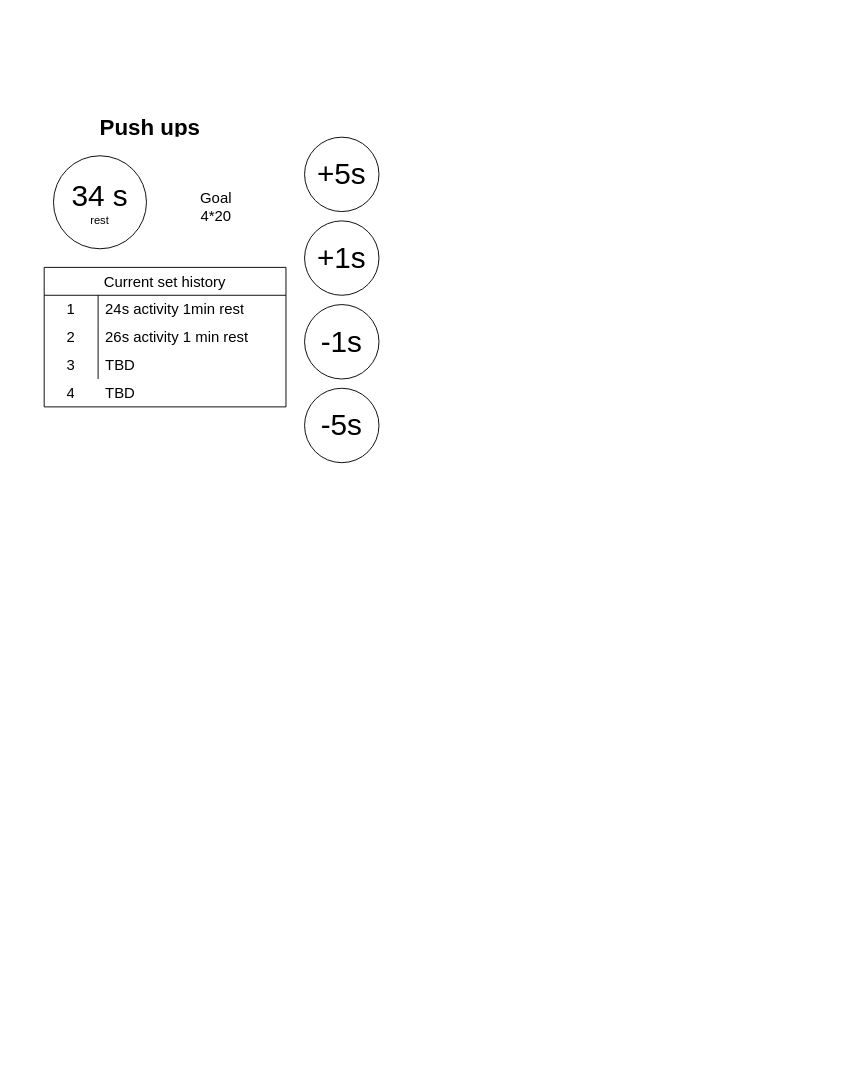
geosdevs/chronomuscu-sketches keeps this draw.io diagram as ui-main.drawio. Above is the earlier version. Source tidied: cells renumbered, new cells numbered last; positions are measured from the earlier drawing's top-left corner, leaving out a move shared by most shapes. Both pictures are drawn from the tidied source at 93%, with x=0, y=0 at pixel (44, 109).
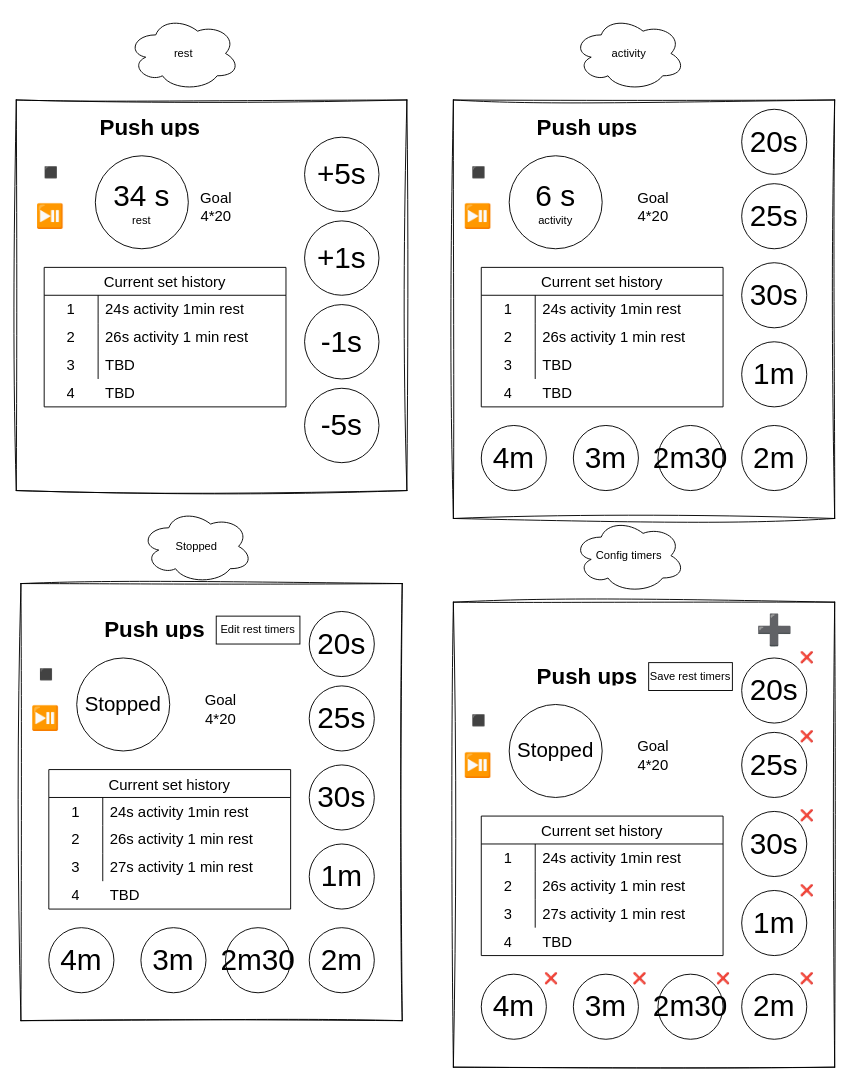
Above is the later version.

The edit, as a diff of the source:
```diff
@@
+    <mxCell id="21" style="rounded=0;whiteSpace=wrap;html=1;glass=0;shadow=0;sketch=1;curveFitting=1;jiggle=2;" parent="1" vertex="1">
+      <mxGeometry x="-30" y="-10" width="420" height="420" as="geometry" />
+    </mxCell>
     <mxCell id="2" value="&lt;font&gt;&lt;font size=&quot;6&quot;&gt;34 s&lt;/font&gt;&lt;br&gt;&lt;font style=&quot;font-size: 12px;&quot;&gt;rest&lt;/font&gt;&lt;br&gt;&lt;/font&gt;" style="ellipse;whiteSpace=wrap;html=1;" parent="1" vertex="1">
-      <mxGeometry x="10" y="50" width="100" height="100" as="geometry" />
+      <mxGeometry x="55" y="50" width="100" height="100" as="geometry" />
     </mxCell>
@@
+    <mxCell id="22" style="rounded=0;whiteSpace=wrap;html=1;glass=0;shadow=0;sketch=1;curveFitting=1;jiggle=2;" parent="1" vertex="1">
+      <mxGeometry x="440" y="-10" width="410" height="450" as="geometry" />
+    </mxCell>
+    <mxCell id="23" value="&lt;font&gt;&lt;font size=&quot;6&quot;&gt;6 s&lt;/font&gt;&lt;br&gt;&lt;font style=&quot;font-size: 12px;&quot;&gt;activity&lt;/font&gt;&lt;br&gt;&lt;/font&gt;" style="ellipse;whiteSpace=wrap;html=1;" parent="1" vertex="1">
+      <mxGeometry x="500" y="50" width="100" height="100" as="geometry" />
+    </mxCell>
+    <mxCell id="24" value="Current set history" style="shape=table;startSize=30;childLayout=tableLayout;rowLines=0;fontStyle=0;strokeColor=default;fontSize=16;" parent="1" vertex="1">
+      <mxGeometry x="470" y="170" width="260" height="150" as="geometry" />
+    </mxCell>
+    <mxCell id="25" style="shape=tableRow;horizontal=0;startSize=0;swimlaneHead=0;swimlaneBody=0;top=0;left=0;bottom=0;right=0;fillColor=none;strokeColor=inherit;fontSize=16;" parent="24" vertex="1">
+      <mxGeometry y="30" width="260" height="30" as="geometry" />
+    </mxCell>
+    <mxCell id="26" value="1" style="shape=partialRectangle;html=1;whiteSpace=wrap;fillColor=none;top=0;left=0;bottom=0;right=0;overflow=hidden;strokeColor=inherit;fontSize=16;" parent="25" vertex="1">
+      <mxGeometry width="58" height="30" as="geometry" />
+    </mxCell>
+    <mxCell id="27" value="24s activity 1min rest" style="shape=partialRectangle;html=1;whiteSpace=wrap;fillColor=none;top=0;left=0;bottom=0;right=0;align=left;spacingLeft=6;overflow=hidden;strokeColor=inherit;fontSize=16;" parent="25" vertex="1">
+      <mxGeometry x="58" width="202" height="30" as="geometry" />
+    </mxCell>
+    <mxCell id="28" style="shape=tableRow;horizontal=0;startSize=0;swimlaneHead=0;swimlaneBody=0;top=0;left=0;bottom=0;right=0;fillColor=none;strokeColor=inherit;fontSize=16;" parent="24" vertex="1">
+      <mxGeometry y="60" width="260" height="30" as="geometry" />
+    </mxCell>
+    <mxCell id="29" value="2" style="shape=partialRectangle;html=1;whiteSpace=wrap;fillColor=none;top=0;left=0;bottom=0;right=0;overflow=hidden;strokeColor=inherit;fontSize=16;" parent="28" vertex="1">
+      <mxGeometry width="58" height="30" as="geometry" />
+    </mxCell>
+    <mxCell id="30" value="26s activity 1 min rest" style="shape=partialRectangle;html=1;whiteSpace=wrap;fillColor=none;top=0;left=0;bottom=0;right=0;align=left;spacingLeft=6;overflow=hidden;strokeColor=inherit;fontSize=16;" parent="28" vertex="1">
+      <mxGeometry x="58" width="202" height="30" as="geometry" />
+    </mxCell>
+    <mxCell id="31" style="shape=tableRow;horizontal=0;startSize=0;swimlaneHead=0;swimlaneBody=0;top=0;left=0;bottom=0;right=0;fillColor=none;strokeColor=inherit;fontSize=16;" parent="24" vertex="1">
+      <mxGeometry y="90" width="260" height="30" as="geometry" />
+    </mxCell>
+    <mxCell id="32" value="3" style="shape=partialRectangle;html=1;whiteSpace=wrap;fillColor=none;top=0;left=0;bottom=0;right=0;overflow=hidden;strokeColor=inherit;fontSize=16;" parent="31" vertex="1">
+      <mxGeometry width="58" height="30" as="geometry" />
+    </mxCell>
+    <mxCell id="33" value="TBD" style="shape=partialRectangle;html=1;whiteSpace=wrap;fillColor=none;top=0;left=0;bottom=0;right=0;align=left;spacingLeft=6;overflow=hidden;strokeColor=inherit;fontSize=16;" parent="31" vertex="1">
+      <mxGeometry x="58" width="202" height="30" as="geometry" />
+    </mxCell>
+    <mxCell id="34" value="&lt;h1&gt;Push ups&lt;/h1&gt;" style="text;html=1;strokeColor=none;fillColor=none;spacing=5;spacingTop=-20;whiteSpace=wrap;overflow=hidden;rounded=0;" parent="1" vertex="1">
+      <mxGeometry x="525" width="130" height="30" as="geometry" />
+    </mxCell>
+    <mxCell id="35" value="Goal&lt;br style=&quot;font-size: 16px;&quot;&gt;4*20" style="text;html=1;strokeColor=none;fillColor=none;align=center;verticalAlign=middle;whiteSpace=wrap;rounded=0;fontSize=16;" parent="1" vertex="1">
+      <mxGeometry x="610" y="80" width="90" height="50" as="geometry" />
+    </mxCell>
+    <mxCell id="36" value="4" style="shape=partialRectangle;html=1;whiteSpace=wrap;fillColor=none;top=0;left=0;bottom=0;right=0;overflow=hidden;strokeColor=inherit;fontSize=16;" parent="1" vertex="1">
+      <mxGeometry x="470" y="290" width="58" height="30" as="geometry" />
+    </mxCell>
+    <mxCell id="37" value="TBD" style="shape=partialRectangle;html=1;whiteSpace=wrap;fillColor=none;top=0;left=0;bottom=0;right=0;align=left;spacingLeft=6;overflow=hidden;strokeColor=inherit;fontSize=16;" parent="1" vertex="1">
+      <mxGeometry x="528" y="290" width="202" height="30" as="geometry" />
+    </mxCell>
+    <mxCell id="38" value="20s" style="ellipse;whiteSpace=wrap;html=1;fontSize=32;" parent="1" vertex="1">
+      <mxGeometry x="750" width="70" height="70" as="geometry" />
+    </mxCell>
+    <mxCell id="39" value="25s" style="ellipse;whiteSpace=wrap;html=1;fontSize=32;" parent="1" vertex="1">
+      <mxGeometry x="750" y="80" width="70" height="70" as="geometry" />
+    </mxCell>
+    <mxCell id="40" value="1m" style="ellipse;whiteSpace=wrap;html=1;fontSize=32;" parent="1" vertex="1">
+      <mxGeometry x="750" y="250" width="70" height="70" as="geometry" />
+    </mxCell>
+    <mxCell id="41" value="2m30" style="ellipse;whiteSpace=wrap;html=1;fontSize=32;" parent="1" vertex="1">
+      <mxGeometry x="660" y="340" width="70" height="70" as="geometry" />
+    </mxCell>
+    <mxCell id="42" value="rest" style="ellipse;shape=cloud;whiteSpace=wrap;html=1;" parent="1" vertex="1">
+      <mxGeometry x="90" y="-100" width="120" height="80" as="geometry" />
+    </mxCell>
+    <mxCell id="43" value="activity" style="ellipse;shape=cloud;whiteSpace=wrap;html=1;" parent="1" vertex="1">
+      <mxGeometry x="569" y="-100" width="120" height="80" as="geometry" />
+    </mxCell>
+    <mxCell id="44" value="2m" style="ellipse;whiteSpace=wrap;html=1;fontSize=32;" parent="1" vertex="1">
+      <mxGeometry x="750" y="340" width="70" height="70" as="geometry" />
+    </mxCell>
+    <mxCell id="45" value="3m" style="ellipse;whiteSpace=wrap;html=1;fontSize=32;" parent="1" vertex="1">
+      <mxGeometry x="569" y="340" width="70" height="70" as="geometry" />
+    </mxCell>
+    <mxCell id="46" value="30s" style="ellipse;whiteSpace=wrap;html=1;fontSize=32;" parent="1" vertex="1">
+      <mxGeometry x="750" y="165" width="70" height="70" as="geometry" />
+    </mxCell>
+    <mxCell id="47" value="4m" style="ellipse;whiteSpace=wrap;html=1;fontSize=32;" parent="1" vertex="1">
+      <mxGeometry x="470" y="340" width="70" height="70" as="geometry" />
+    </mxCell>
+    <mxCell id="48" value="⬛️" style="whiteSpace=wrap;html=1;strokeColor=none;" parent="1" vertex="1">
+      <mxGeometry x="-10" y="50" width="35" height="35" as="geometry" />
+    </mxCell>
+    <mxCell id="49" value="⏯️" style="whiteSpace=wrap;html=1;fontSize=25;strokeColor=none;" parent="1" vertex="1">
+      <mxGeometry x="-10" y="97.5" width="32.5" height="32.5" as="geometry" />
+    </mxCell>
+    <mxCell id="50" value="⬛️" style="whiteSpace=wrap;html=1;strokeColor=none;" parent="1" vertex="1">
+      <mxGeometry x="450" y="50" width="35" height="35" as="geometry" />
+    </mxCell>
+    <mxCell id="51" value="⏯️" style="whiteSpace=wrap;html=1;fontSize=25;strokeColor=none;" parent="1" vertex="1">
+      <mxGeometry x="450" y="97.5" width="32.5" height="32.5" as="geometry" />
+    </mxCell>
+    <mxCell id="52" style="rounded=0;whiteSpace=wrap;html=1;glass=0;shadow=0;sketch=1;curveFitting=1;jiggle=2;" parent="1" vertex="1">
+      <mxGeometry x="-25" y="510" width="410" height="470" as="geometry" />
+    </mxCell>
+    <mxCell id="53" value="&lt;font&gt;&lt;font style=&quot;font-size: 22px;&quot;&gt;Stopped&lt;/font&gt;&lt;br&gt;&lt;/font&gt;" style="ellipse;whiteSpace=wrap;html=1;" parent="1" vertex="1">
+      <mxGeometry x="35" y="590" width="100" height="100" as="geometry" />
+    </mxCell>
+    <mxCell id="54" value="Current set history" style="shape=table;startSize=30;childLayout=tableLayout;rowLines=0;fontStyle=0;strokeColor=default;fontSize=16;" parent="1" vertex="1">
+      <mxGeometry x="5" y="710" width="260" height="150" as="geometry" />
+    </mxCell>
+    <mxCell id="55" style="shape=tableRow;horizontal=0;startSize=0;swimlaneHead=0;swimlaneBody=0;top=0;left=0;bottom=0;right=0;fillColor=none;strokeColor=inherit;fontSize=16;" parent="54" vertex="1">
+      <mxGeometry y="30" width="260" height="30" as="geometry" />
+    </mxCell>
+    <mxCell id="56" value="1" style="shape=partialRectangle;html=1;whiteSpace=wrap;fillColor=none;top=0;left=0;bottom=0;right=0;overflow=hidden;strokeColor=inherit;fontSize=16;" parent="55" vertex="1">
+      <mxGeometry width="58" height="30" as="geometry" />
+    </mxCell>
+    <mxCell id="57" value="24s activity 1min rest" style="shape=partialRectangle;html=1;whiteSpace=wrap;fillColor=none;top=0;left=0;bottom=0;right=0;align=left;spacingLeft=6;overflow=hidden;strokeColor=inherit;fontSize=16;" parent="55" vertex="1">
+      <mxGeometry x="58" width="202" height="30" as="geometry" />
+    </mxCell>
+    <mxCell id="58" style="shape=tableRow;horizontal=0;startSize=0;swimlaneHead=0;swimlaneBody=0;top=0;left=0;bottom=0;right=0;fillColor=none;strokeColor=inherit;fontSize=16;" parent="54" vertex="1">
+      <mxGeometry y="60" width="260" height="30" as="geometry" />
+    </mxCell>
+    <mxCell id="59" value="2" style="shape=partialRectangle;html=1;whiteSpace=wrap;fillColor=none;top=0;left=0;bottom=0;right=0;overflow=hidden;strokeColor=inherit;fontSize=16;" parent="58" vertex="1">
+      <mxGeometry width="58" height="30" as="geometry" />
+    </mxCell>
+    <mxCell id="60" value="26s activity 1 min rest" style="shape=partialRectangle;html=1;whiteSpace=wrap;fillColor=none;top=0;left=0;bottom=0;right=0;align=left;spacingLeft=6;overflow=hidden;strokeColor=inherit;fontSize=16;" parent="58" vertex="1">
+      <mxGeometry x="58" width="202" height="30" as="geometry" />
+    </mxCell>
+    <mxCell id="61" style="shape=tableRow;horizontal=0;startSize=0;swimlaneHead=0;swimlaneBody=0;top=0;left=0;bottom=0;right=0;fillColor=none;strokeColor=inherit;fontSize=16;" parent="54" vertex="1">
+      <mxGeometry y="90" width="260" height="30" as="geometry" />
+    </mxCell>
+    <mxCell id="62" value="3" style="shape=partialRectangle;html=1;whiteSpace=wrap;fillColor=none;top=0;left=0;bottom=0;right=0;overflow=hidden;strokeColor=inherit;fontSize=16;" parent="61" vertex="1">
+      <mxGeometry width="58" height="30" as="geometry" />
+    </mxCell>
+    <mxCell id="63" value="27s activity 1 min rest" style="shape=partialRectangle;html=1;whiteSpace=wrap;fillColor=none;top=0;left=0;bottom=0;right=0;align=left;spacingLeft=6;overflow=hidden;strokeColor=inherit;fontSize=16;" parent="61" vertex="1">
+      <mxGeometry x="58" width="202" height="30" as="geometry" />
+    </mxCell>
+    <mxCell id="64" value="&lt;h1&gt;Push ups&lt;/h1&gt;" style="text;html=1;strokeColor=none;fillColor=none;spacing=5;spacingTop=-20;whiteSpace=wrap;overflow=hidden;rounded=0;" parent="1" vertex="1">
+      <mxGeometry x="60" y="540" width="130" height="30" as="geometry" />
+    </mxCell>
+    <mxCell id="65" value="Goal&lt;br style=&quot;font-size: 16px;&quot;&gt;4*20" style="text;html=1;strokeColor=none;fillColor=none;align=center;verticalAlign=middle;whiteSpace=wrap;rounded=0;fontSize=16;" parent="1" vertex="1">
+      <mxGeometry x="145" y="620" width="90" height="50" as="geometry" />
+    </mxCell>
+    <mxCell id="66" value="4" style="shape=partialRectangle;html=1;whiteSpace=wrap;fillColor=none;top=0;left=0;bottom=0;right=0;overflow=hidden;strokeColor=inherit;fontSize=16;" parent="1" vertex="1">
+      <mxGeometry x="5" y="830" width="58" height="30" as="geometry" />
+    </mxCell>
+    <mxCell id="67" value="TBD" style="shape=partialRectangle;html=1;whiteSpace=wrap;fillColor=none;top=0;left=0;bottom=0;right=0;align=left;spacingLeft=6;overflow=hidden;strokeColor=inherit;fontSize=16;" parent="1" vertex="1">
+      <mxGeometry x="63" y="830" width="202" height="30" as="geometry" />
+    </mxCell>
+    <mxCell id="68" value="20s" style="ellipse;whiteSpace=wrap;html=1;fontSize=32;" parent="1" vertex="1">
+      <mxGeometry x="285" y="540" width="70" height="70" as="geometry" />
+    </mxCell>
+    <mxCell id="69" value="25s" style="ellipse;whiteSpace=wrap;html=1;fontSize=32;" parent="1" vertex="1">
+      <mxGeometry x="285" y="620" width="70" height="70" as="geometry" />
+    </mxCell>
+    <mxCell id="70" value="1m" style="ellipse;whiteSpace=wrap;html=1;fontSize=32;" parent="1" vertex="1">
+      <mxGeometry x="285" y="790" width="70" height="70" as="geometry" />
+    </mxCell>
+    <mxCell id="71" value="2m30" style="ellipse;whiteSpace=wrap;html=1;fontSize=32;" parent="1" vertex="1">
+      <mxGeometry x="195" y="880" width="70" height="70" as="geometry" />
+    </mxCell>
+    <mxCell id="72" value="Stopped" style="ellipse;shape=cloud;whiteSpace=wrap;html=1;" parent="1" vertex="1">
+      <mxGeometry x="104" y="430" width="120" height="80" as="geometry" />
+    </mxCell>
+    <mxCell id="73" value="2m" style="ellipse;whiteSpace=wrap;html=1;fontSize=32;" parent="1" vertex="1">
+      <mxGeometry x="285" y="880" width="70" height="70" as="geometry" />
+    </mxCell>
+    <mxCell id="74" value="3m" style="ellipse;whiteSpace=wrap;html=1;fontSize=32;" parent="1" vertex="1">
+      <mxGeometry x="104" y="880" width="70" height="70" as="geometry" />
+    </mxCell>
+    <mxCell id="75" value="30s" style="ellipse;whiteSpace=wrap;html=1;fontSize=32;" parent="1" vertex="1">
+      <mxGeometry x="285" y="705" width="70" height="70" as="geometry" />
+    </mxCell>
+    <mxCell id="76" value="4m" style="ellipse;whiteSpace=wrap;html=1;fontSize=32;" parent="1" vertex="1">
+      <mxGeometry x="5" y="880" width="70" height="70" as="geometry" />
+    </mxCell>
+    <mxCell id="77" value="⬛️" style="whiteSpace=wrap;html=1;strokeColor=none;" parent="1" vertex="1">
+      <mxGeometry x="-15" y="590" width="35" height="35" as="geometry" />
+    </mxCell>
+    <mxCell id="78" value="⏯️" style="whiteSpace=wrap;html=1;fontSize=25;strokeColor=none;" parent="1" vertex="1">
+      <mxGeometry x="-15" y="637.5" width="32.5" height="32.5" as="geometry" />
+    </mxCell>
+    <mxCell id="79" value="Edit rest timers" style="rounded=0;whiteSpace=wrap;html=1;" parent="1" vertex="1">
+      <mxGeometry x="185" y="545" width="90" height="30" as="geometry" />
+    </mxCell>
+    <mxCell id="80" style="rounded=0;whiteSpace=wrap;html=1;glass=0;shadow=0;sketch=1;curveFitting=1;jiggle=2;" parent="1" vertex="1">
+      <mxGeometry x="440" y="530" width="410" height="500" as="geometry" />
+    </mxCell>
+    <mxCell id="81" value="&lt;font&gt;&lt;font style=&quot;font-size: 22px;&quot;&gt;Stopped&lt;/font&gt;&lt;br&gt;&lt;/font&gt;" style="ellipse;whiteSpace=wrap;html=1;" parent="1" vertex="1">
+      <mxGeometry x="500" y="640" width="100" height="100" as="geometry" />
+    </mxCell>
+    <mxCell id="82" value="Current set history" style="shape=table;startSize=30;childLayout=tableLayout;rowLines=0;fontStyle=0;strokeColor=default;fontSize=16;" parent="1" vertex="1">
+      <mxGeometry x="470" y="760" width="260" height="150" as="geometry" />
+    </mxCell>
+    <mxCell id="83" style="shape=tableRow;horizontal=0;startSize=0;swimlaneHead=0;swimlaneBody=0;top=0;left=0;bottom=0;right=0;fillColor=none;strokeColor=inherit;fontSize=16;" parent="82" vertex="1">
+      <mxGeometry y="30" width="260" height="30" as="geometry" />
+    </mxCell>
+    <mxCell id="84" value="1" style="shape=partialRectangle;html=1;whiteSpace=wrap;fillColor=none;top=0;left=0;bottom=0;right=0;overflow=hidden;strokeColor=inherit;fontSize=16;" parent="83" vertex="1">
+      <mxGeometry width="58" height="30" as="geometry" />
+    </mxCell>
+    <mxCell id="85" value="24s activity 1min rest" style="shape=partialRectangle;html=1;whiteSpace=wrap;fillColor=none;top=0;left=0;bottom=0;right=0;align=left;spacingLeft=6;overflow=hidden;strokeColor=inherit;fontSize=16;" parent="83" vertex="1">
+      <mxGeometry x="58" width="202" height="30" as="geometry" />
+    </mxCell>
+    <mxCell id="86" style="shape=tableRow;horizontal=0;startSize=0;swimlaneHead=0;swimlaneBody=0;top=0;left=0;bottom=0;right=0;fillColor=none;strokeColor=inherit;fontSize=16;" parent="82" vertex="1">
+      <mxGeometry y="60" width="260" height="30" as="geometry" />
+    </mxCell>
+    <mxCell id="87" value="2" style="shape=partialRectangle;html=1;whiteSpace=wrap;fillColor=none;top=0;left=0;bottom=0;right=0;overflow=hidden;strokeColor=inherit;fontSize=16;" parent="86" vertex="1">
+      <mxGeometry width="58" height="30" as="geometry" />
+    </mxCell>
+    <mxCell id="88" value="26s activity 1 min rest" style="shape=partialRectangle;html=1;whiteSpace=wrap;fillColor=none;top=0;left=0;bottom=0;right=0;align=left;spacingLeft=6;overflow=hidden;strokeColor=inherit;fontSize=16;" parent="86" vertex="1">
+      <mxGeometry x="58" width="202" height="30" as="geometry" />
+    </mxCell>
+    <mxCell id="89" style="shape=tableRow;horizontal=0;startSize=0;swimlaneHead=0;swimlaneBody=0;top=0;left=0;bottom=0;right=0;fillColor=none;strokeColor=inherit;fontSize=16;" parent="82" vertex="1">
+      <mxGeometry y="90" width="260" height="30" as="geometry" />
+    </mxCell>
+    <mxCell id="90" value="3" style="shape=partialRectangle;html=1;whiteSpace=wrap;fillColor=none;top=0;left=0;bottom=0;right=0;overflow=hidden;strokeColor=inherit;fontSize=16;" parent="89" vertex="1">
+      <mxGeometry width="58" height="30" as="geometry" />
+    </mxCell>
+    <mxCell id="91" value="27s activity 1 min rest" style="shape=partialRectangle;html=1;whiteSpace=wrap;fillColor=none;top=0;left=0;bottom=0;right=0;align=left;spacingLeft=6;overflow=hidden;strokeColor=inherit;fontSize=16;" parent="89" vertex="1">
+      <mxGeometry x="58" width="202" height="30" as="geometry" />
+    </mxCell>
+    <mxCell id="92" value="&lt;h1&gt;Push ups&lt;/h1&gt;" style="text;html=1;strokeColor=none;fillColor=none;spacing=5;spacingTop=-20;whiteSpace=wrap;overflow=hidden;rounded=0;" parent="1" vertex="1">
+      <mxGeometry x="525" y="590" width="130" height="30" as="geometry" />
+    </mxCell>
+    <mxCell id="93" value="Goal&lt;br style=&quot;font-size: 16px;&quot;&gt;4*20" style="text;html=1;strokeColor=none;fillColor=none;align=center;verticalAlign=middle;whiteSpace=wrap;rounded=0;fontSize=16;" parent="1" vertex="1">
+      <mxGeometry x="610" y="670" width="90" height="50" as="geometry" />
+    </mxCell>
+    <mxCell id="94" value="4" style="shape=partialRectangle;html=1;whiteSpace=wrap;fillColor=none;top=0;left=0;bottom=0;right=0;overflow=hidden;strokeColor=inherit;fontSize=16;" parent="1" vertex="1">
+      <mxGeometry x="470" y="880" width="58" height="30" as="geometry" />
+    </mxCell>
+    <mxCell id="95" value="TBD" style="shape=partialRectangle;html=1;whiteSpace=wrap;fillColor=none;top=0;left=0;bottom=0;right=0;align=left;spacingLeft=6;overflow=hidden;strokeColor=inherit;fontSize=16;" parent="1" vertex="1">
+      <mxGeometry x="528" y="880" width="202" height="30" as="geometry" />
+    </mxCell>
+    <mxCell id="96" value="20s" style="ellipse;whiteSpace=wrap;html=1;fontSize=32;" parent="1" vertex="1">
+      <mxGeometry x="750" y="590" width="70" height="70" as="geometry" />
+    </mxCell>
+    <mxCell id="97" value="25s" style="ellipse;whiteSpace=wrap;html=1;fontSize=32;" parent="1" vertex="1">
+      <mxGeometry x="750" y="670" width="70" height="70" as="geometry" />
+    </mxCell>
+    <mxCell id="98" value="1m" style="ellipse;whiteSpace=wrap;html=1;fontSize=32;" parent="1" vertex="1">
+      <mxGeometry x="750" y="840" width="70" height="70" as="geometry" />
+    </mxCell>
+    <mxCell id="99" value="2m30" style="ellipse;whiteSpace=wrap;html=1;fontSize=32;" parent="1" vertex="1">
+      <mxGeometry x="660" y="930" width="70" height="70" as="geometry" />
+    </mxCell>
+    <mxCell id="100" value="Config timers" style="ellipse;shape=cloud;whiteSpace=wrap;html=1;" parent="1" vertex="1">
+      <mxGeometry x="569" y="440" width="120" height="80" as="geometry" />
+    </mxCell>
+    <mxCell id="101" value="2m" style="ellipse;whiteSpace=wrap;html=1;fontSize=32;" parent="1" vertex="1">
+      <mxGeometry x="750" y="930" width="70" height="70" as="geometry" />
+    </mxCell>
+    <mxCell id="102" value="3m" style="ellipse;whiteSpace=wrap;html=1;fontSize=32;" parent="1" vertex="1">
+      <mxGeometry x="569" y="930" width="70" height="70" as="geometry" />
+    </mxCell>
+    <mxCell id="103" value="30s" style="ellipse;whiteSpace=wrap;html=1;fontSize=32;" parent="1" vertex="1">
+      <mxGeometry x="750" y="755" width="70" height="70" as="geometry" />
+    </mxCell>
+    <mxCell id="104" value="4m" style="ellipse;whiteSpace=wrap;html=1;fontSize=32;" parent="1" vertex="1">
+      <mxGeometry x="470" y="930" width="70" height="70" as="geometry" />
+    </mxCell>
+    <mxCell id="105" value="⬛️" style="whiteSpace=wrap;html=1;strokeColor=none;" parent="1" vertex="1">
+      <mxGeometry x="450" y="640" width="35" height="35" as="geometry" />
+    </mxCell>
+    <mxCell id="106" value="⏯️" style="whiteSpace=wrap;html=1;fontSize=25;strokeColor=none;" parent="1" vertex="1">
+      <mxGeometry x="450" y="687.5" width="32.5" height="32.5" as="geometry" />
+    </mxCell>
+    <mxCell id="107" value="Save rest timers" style="rounded=0;whiteSpace=wrap;html=1;" parent="1" vertex="1">
+      <mxGeometry x="650" y="595" width="90" height="30" as="geometry" />
+    </mxCell>
+    <mxCell id="108" value="❌" style="text;html=1;align=center;verticalAlign=middle;strokeColor=none;fillColor=none;" parent="1" vertex="1">
+      <mxGeometry x="800" y="575" width="40" height="30" as="geometry" />
+    </mxCell>
+    <mxCell id="109" value="❌" style="text;html=1;align=center;verticalAlign=middle;strokeColor=none;fillColor=none;" parent="1" vertex="1">
+      <mxGeometry x="800" y="660" width="40" height="30" as="geometry" />
+    </mxCell>
+    <mxCell id="110" value="❌" style="text;html=1;align=center;verticalAlign=middle;strokeColor=none;fillColor=none;" parent="1" vertex="1">
+      <mxGeometry x="800" y="745" width="40" height="30" as="geometry" />
+    </mxCell>
+    <mxCell id="111" value="❌" style="text;html=1;align=center;verticalAlign=middle;strokeColor=none;fillColor=none;" parent="1" vertex="1">
+      <mxGeometry x="800" y="825" width="40" height="30" as="geometry" />
+    </mxCell>
+    <mxCell id="112" value="❌" style="text;html=1;align=center;verticalAlign=middle;strokeColor=none;fillColor=none;" parent="1" vertex="1">
+      <mxGeometry x="800" y="920" width="40" height="30" as="geometry" />
+    </mxCell>
+    <mxCell id="113" value="❌" style="text;html=1;align=center;verticalAlign=middle;strokeColor=none;fillColor=none;" parent="1" vertex="1">
+      <mxGeometry x="710" y="920" width="40" height="30" as="geometry" />
+    </mxCell>
+    <mxCell id="114" value="❌" style="text;html=1;align=center;verticalAlign=middle;strokeColor=none;fillColor=none;" parent="1" vertex="1">
+      <mxGeometry x="620" y="920" width="40" height="30" as="geometry" />
+    </mxCell>
+    <mxCell id="115" value="❌" style="text;html=1;align=center;verticalAlign=middle;strokeColor=none;fillColor=none;" parent="1" vertex="1">
+      <mxGeometry x="525" y="920" width="40" height="30" as="geometry" />
+    </mxCell>
+    <mxCell id="116" value="➕" style="text;html=1;align=center;verticalAlign=middle;strokeColor=none;fillColor=none;fontSize=32;" parent="1" vertex="1">
+      <mxGeometry x="755" y="535" width="60" height="50" as="geometry" />
+    </mxCell>
```
